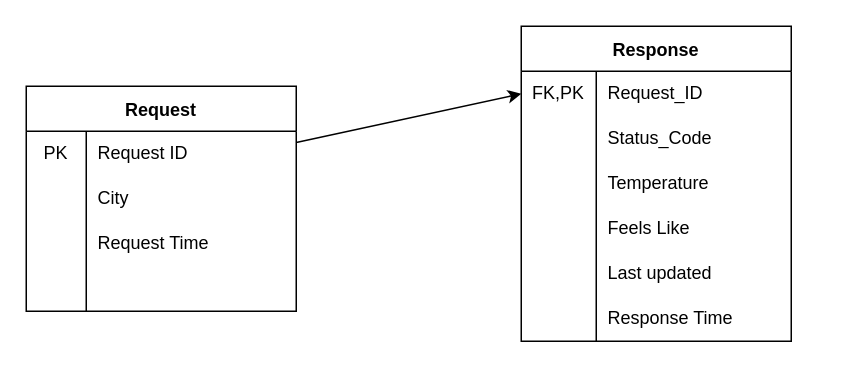
HosseinTahami/HW-98 keeps this draw.io diagram as HW12_V2/ERD.dio. Above is the earlier version. Source tidied: cells renumbered, new cells numbered last; positions are measured from the earlier drawing's top-left corner, leaving out a move shared by most shapes. Both pictures are drawn from the tidied source at 150%, with x=0, y=0 at pixel (26, 26).
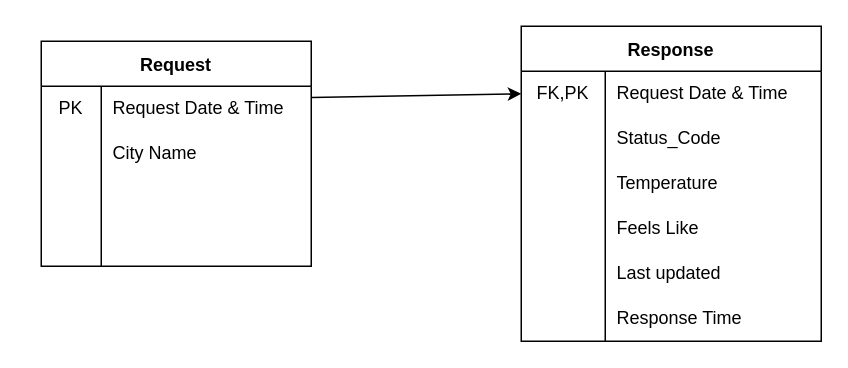
Above is the later version.

The change refers to these unchanged cells:
```xml
<mxCell id="4" style="shape=tableRow;horizontal=0;startSize=0;swimlaneHead=0;swimlaneBody=0;top=0;left=0;bottom=0;right=0;fillColor=none;" parent="3" vertex="1">
  <mxGeometry y="30" width="180" height="30" as="geometry" />
</mxCell>
<mxCell id="7" style="shape=tableRow;horizontal=0;startSize=0;swimlaneHead=0;swimlaneBody=0;top=0;left=0;bottom=0;right=0;fillColor=none;" parent="3" vertex="1">
  <mxGeometry y="60" width="180" height="30" as="geometry" />
</mxCell>
<mxCell id="10" style="shape=tableRow;horizontal=0;startSize=0;swimlaneHead=0;swimlaneBody=0;top=0;left=0;bottom=0;right=0;fillColor=none;" parent="3" vertex="1">
  <mxGeometry y="90" width="180" height="30" as="geometry" />
</mxCell>
```

Diff of the diagram source:
```diff
@@
     <mxCell id="3" value="Request" style="shape=table;startSize=30;childLayout=tableLayout;rowLines=0;fontStyle=1;" parent="1" vertex="1">
-      <mxGeometry y="40" width="180" height="150" as="geometry" />
+      <mxGeometry x="10" y="10" width="180" height="150" as="geometry" />
     </mxCell>
@@
-    <mxCell id="6" value="Request ID" style="shape=partialRectangle;html=1;whiteSpace=wrap;fillColor=none;top=0;left=0;bottom=0;right=0;align=left;spacingLeft=6;overflow=hidden;" parent="4" vertex="1">
+    <mxCell id="6" value="Request Date &amp;amp; Time" style="shape=partialRectangle;html=1;whiteSpace=wrap;fillColor=none;top=0;left=0;bottom=0;right=0;align=left;spacingLeft=6;overflow=hidden;" parent="4" vertex="1">
       <mxGeometry x="40" width="140" height="30" as="geometry" />
     </mxCell>
@@
-    <mxCell id="9" value="City" style="shape=partialRectangle;html=1;whiteSpace=wrap;fillColor=none;top=0;left=0;bottom=0;right=0;align=left;spacingLeft=6;overflow=hidden;" parent="7" vertex="1">
+    <mxCell id="9" value="City Name" style="shape=partialRectangle;html=1;whiteSpace=wrap;fillColor=none;top=0;left=0;bottom=0;right=0;align=left;spacingLeft=6;overflow=hidden;" parent="7" vertex="1">
       <mxGeometry x="40" width="140" height="30" as="geometry" />
     </mxCell>
@@
-    <mxCell id="12" value="Request Time" style="shape=partialRectangle;html=1;whiteSpace=wrap;fillColor=none;top=0;left=0;bottom=0;right=0;align=left;spacingLeft=6;overflow=hidden;" parent="10" vertex="1">
+    <mxCell id="12" style="shape=partialRectangle;html=1;whiteSpace=wrap;fillColor=none;top=0;left=0;bottom=0;right=0;align=left;spacingLeft=6;overflow=hidden;" parent="10" vertex="1">
       <mxGeometry x="40" width="140" height="30" as="geometry" />
     </mxCell>
@@
     <mxCell id="16" value="Response" style="shape=table;startSize=30;childLayout=tableLayout;rowLines=0;fontStyle=1;" parent="1" vertex="1">
-      <mxGeometry x="330" width="180" height="210" as="geometry" />
+      <mxGeometry x="330" width="200" height="210" as="geometry" />
     </mxCell>
     <mxCell id="17" style="shape=tableRow;horizontal=0;startSize=0;swimlaneHead=0;swimlaneBody=0;top=0;left=0;bottom=0;right=0;fillColor=none;points=[[0,0.5],[1,0.5]];portConstraint=eastwest;" parent="16" vertex="1">
-      <mxGeometry y="30" width="180" height="30" as="geometry" />
+      <mxGeometry y="30" width="200" height="30" as="geometry" />
     </mxCell>
     <mxCell id="18" value="FK,PK" style="shape=partialRectangle;html=1;whiteSpace=wrap;fillColor=none;top=0;left=0;bottom=0;right=0;overflow=hidden;" parent="17" vertex="1">
-      <mxGeometry width="50" height="30" as="geometry" />
+      <mxGeometry width="56" height="30" as="geometry" />
     </mxCell>
-    <mxCell id="19" value="Request_ID" style="shape=partialRectangle;html=1;whiteSpace=wrap;fillColor=none;top=0;left=0;bottom=0;right=0;align=left;spacingLeft=6;overflow=hidden;" parent="17" vertex="1">
-      <mxGeometry x="50" width="130" height="30" as="geometry" />
+    <mxCell id="19" value="Request Date &amp;amp; Time" style="shape=partialRectangle;html=1;whiteSpace=wrap;fillColor=none;top=0;left=0;bottom=0;right=0;align=left;spacingLeft=6;overflow=hidden;" parent="17" vertex="1">
+      <mxGeometry x="56" width="144" height="30" as="geometry" />
     </mxCell>
     <mxCell id="20" style="shape=tableRow;horizontal=0;startSize=0;swimlaneHead=0;swimlaneBody=0;top=0;left=0;bottom=0;right=0;fillColor=none;" parent="16" vertex="1">
-      <mxGeometry y="60" width="180" height="30" as="geometry" />
+      <mxGeometry y="60" width="200" height="30" as="geometry" />
     </mxCell>
     <mxCell id="21" style="shape=partialRectangle;html=1;whiteSpace=wrap;fillColor=none;top=0;left=0;bottom=0;right=0;overflow=hidden;" parent="20" vertex="1">
-      <mxGeometry width="50" height="30" as="geometry" />
+      <mxGeometry width="56" height="30" as="geometry" />
     </mxCell>
     <mxCell id="22" value="Status_Code" style="shape=partialRectangle;html=1;whiteSpace=wrap;fillColor=none;top=0;left=0;bottom=0;right=0;align=left;spacingLeft=6;overflow=hidden;" parent="20" vertex="1">
-      <mxGeometry x="50" width="130" height="30" as="geometry" />
+      <mxGeometry x="56" width="144" height="30" as="geometry" />
     </mxCell>
     <mxCell id="23" style="shape=tableRow;horizontal=0;startSize=0;swimlaneHead=0;swimlaneBody=0;top=0;left=0;bottom=0;right=0;fillColor=none;" parent="16" vertex="1">
-      <mxGeometry y="90" width="180" height="30" as="geometry" />
+      <mxGeometry y="90" width="200" height="30" as="geometry" />
     </mxCell>
     <mxCell id="24" style="shape=partialRectangle;html=1;whiteSpace=wrap;fillColor=none;top=0;left=0;bottom=0;right=0;overflow=hidden;" parent="23" vertex="1">
-      <mxGeometry width="50" height="30" as="geometry" />
+      <mxGeometry width="56" height="30" as="geometry" />
     </mxCell>
     <mxCell id="25" value="Temperature" style="shape=partialRectangle;html=1;whiteSpace=wrap;fillColor=none;top=0;left=0;bottom=0;right=0;align=left;spacingLeft=6;overflow=hidden;" parent="23" vertex="1">
-      <mxGeometry x="50" width="130" height="30" as="geometry" />
+      <mxGeometry x="56" width="144" height="30" as="geometry" />
     </mxCell>
     <mxCell id="26" style="shape=tableRow;horizontal=0;startSize=0;swimlaneHead=0;swimlaneBody=0;top=0;left=0;bottom=0;right=0;fillColor=none;" parent="16" vertex="1">
-      <mxGeometry y="120" width="180" height="30" as="geometry" />
+      <mxGeometry y="120" width="200" height="30" as="geometry" />
     </mxCell>
     <mxCell id="27" style="shape=partialRectangle;html=1;whiteSpace=wrap;fillColor=none;top=0;left=0;bottom=0;right=0;overflow=hidden;" parent="26" vertex="1">
-      <mxGeometry width="50" height="30" as="geometry" />
+      <mxGeometry width="56" height="30" as="geometry" />
     </mxCell>
     <mxCell id="28" value="Feels Like" style="shape=partialRectangle;html=1;whiteSpace=wrap;fillColor=none;top=0;left=0;bottom=0;right=0;align=left;spacingLeft=6;overflow=hidden;" parent="26" vertex="1">
-      <mxGeometry x="50" width="130" height="30" as="geometry" />
+      <mxGeometry x="56" width="144" height="30" as="geometry" />
     </mxCell>
     <mxCell id="29" style="shape=tableRow;horizontal=0;startSize=0;swimlaneHead=0;swimlaneBody=0;top=0;left=0;bottom=0;right=0;fillColor=none;" parent="16" vertex="1">
-      <mxGeometry y="150" width="180" height="30" as="geometry" />
+      <mxGeometry y="150" width="200" height="30" as="geometry" />
     </mxCell>
     <mxCell id="30" style="shape=partialRectangle;html=1;whiteSpace=wrap;fillColor=none;top=0;left=0;bottom=0;right=0;overflow=hidden;" parent="29" vertex="1">
-      <mxGeometry width="50" height="30" as="geometry" />
+      <mxGeometry width="56" height="30" as="geometry" />
     </mxCell>
     <mxCell id="31" value="Last updated" style="shape=partialRectangle;html=1;whiteSpace=wrap;fillColor=none;top=0;left=0;bottom=0;right=0;align=left;spacingLeft=6;overflow=hidden;" parent="29" vertex="1">
-      <mxGeometry x="50" width="130" height="30" as="geometry" />
+      <mxGeometry x="56" width="144" height="30" as="geometry" />
     </mxCell>
     <mxCell id="32" style="shape=tableRow;horizontal=0;startSize=0;swimlaneHead=0;swimlaneBody=0;top=0;left=0;bottom=0;right=0;fillColor=none;" parent="16" vertex="1">
-      <mxGeometry y="180" width="180" height="30" as="geometry" />
+      <mxGeometry y="180" width="200" height="30" as="geometry" />
     </mxCell>
     <mxCell id="33" style="shape=partialRectangle;html=1;whiteSpace=wrap;fillColor=none;top=0;left=0;bottom=0;right=0;overflow=hidden;" parent="32" vertex="1">
-      <mxGeometry width="50" height="30" as="geometry" />
+      <mxGeometry width="56" height="30" as="geometry" />
     </mxCell>
     <mxCell id="34" value="Response Time" style="shape=partialRectangle;html=1;whiteSpace=wrap;fillColor=none;top=0;left=0;bottom=0;right=0;align=left;spacingLeft=6;overflow=hidden;" parent="32" vertex="1">
-      <mxGeometry x="50" width="130" height="30" as="geometry" />
+      <mxGeometry x="56" width="144" height="30" as="geometry" />
     </mxCell>
```
